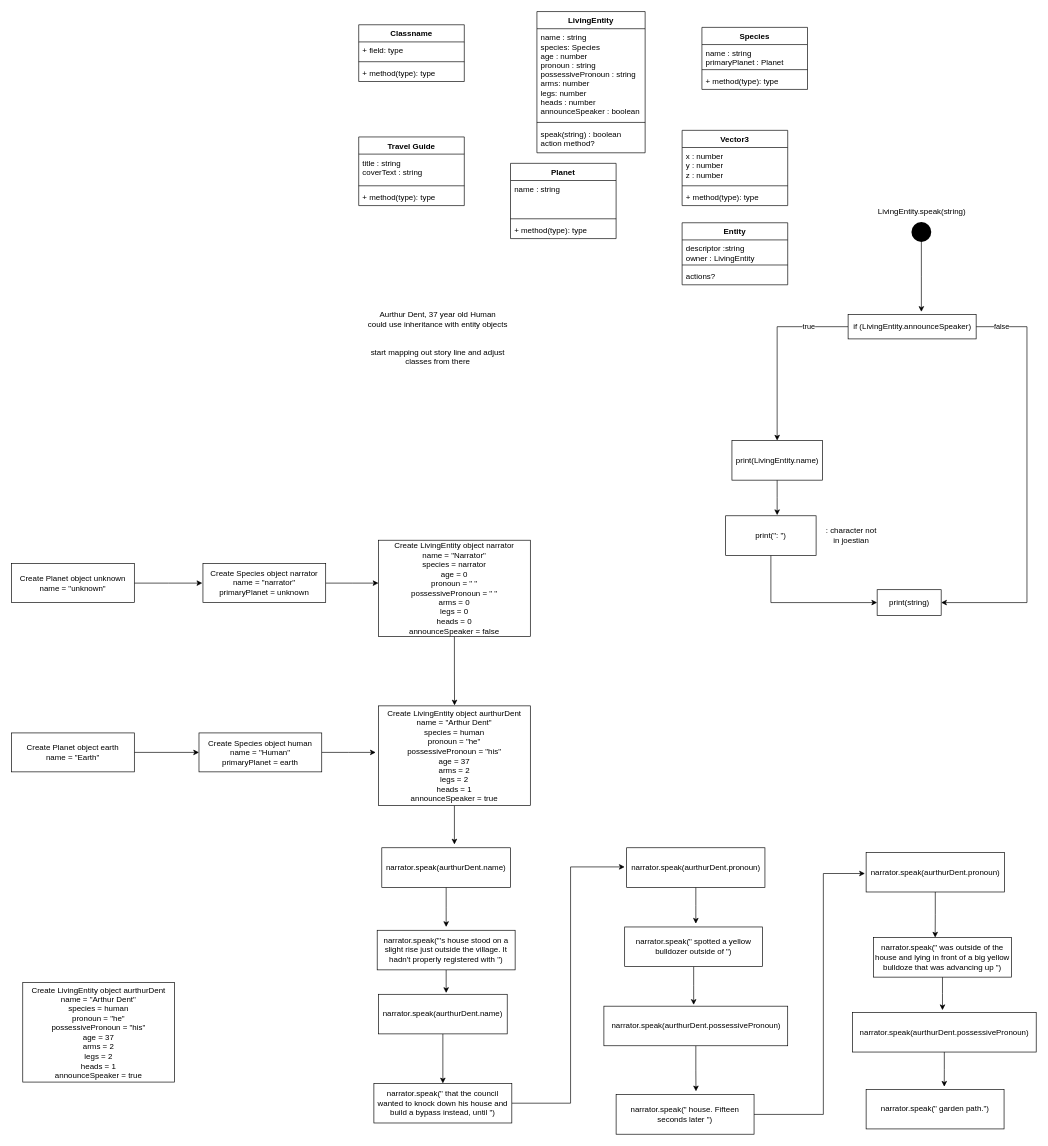
Before: page "Hitchhikers Guide" (4 of 4) of CSCS1240Notes.drawio in patrick965/CSCS1240S21, a draw.io diagram. Source tidied: cells renumbered, new cells numbered last; positions are measured from the earlier drawing's top-left corner, leaving out a move shared by most shapes. Both pictures are drawn from the tidied source at 66%, with x=0, y=0 at pixel (11, 11).
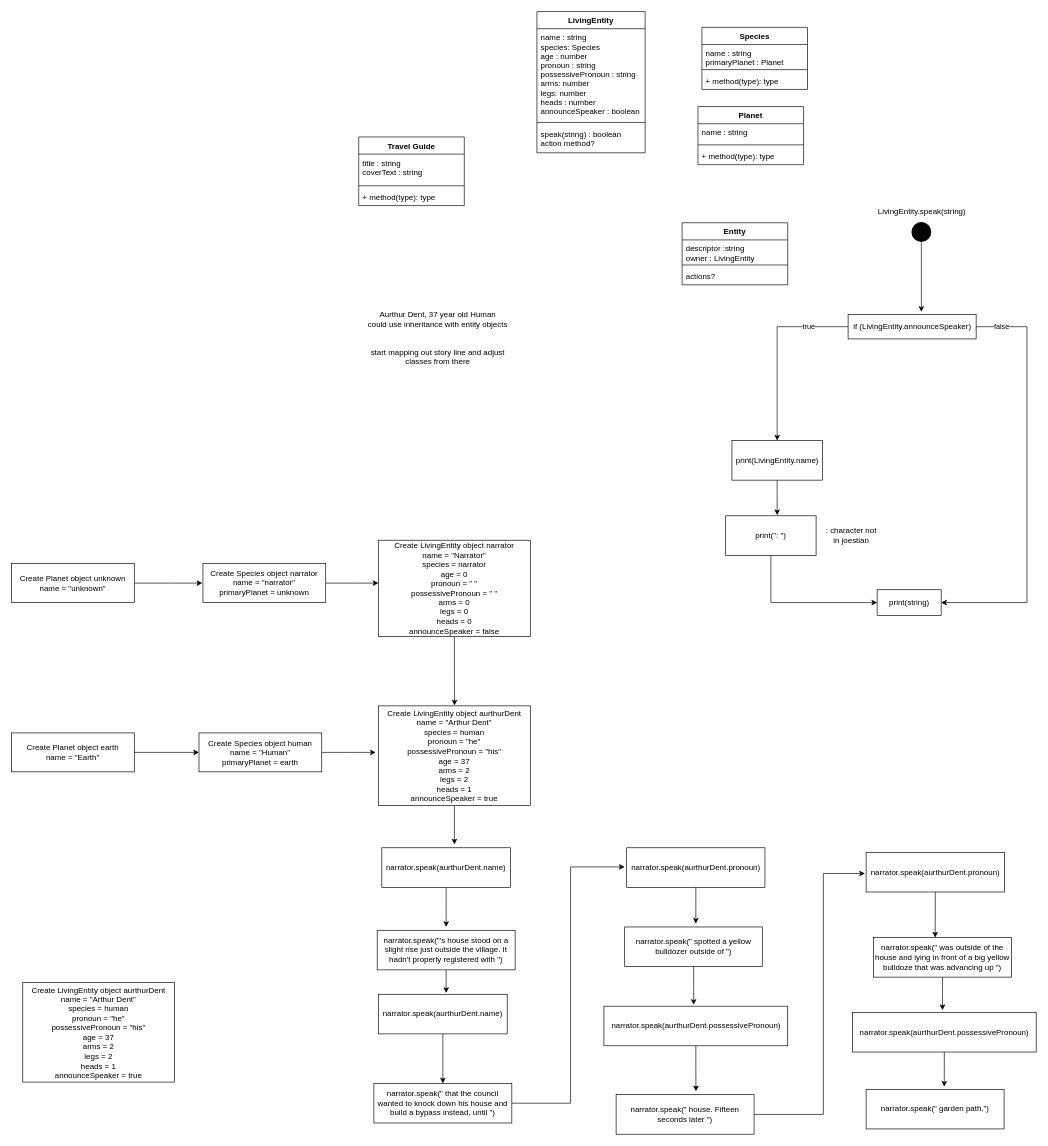
The same page after the edit.

What changed in the source:
```diff
@@
-    <mxCell id="10" value="Classname" style="swimlane;fontStyle=1;align=center;verticalAlign=top;horizontal=1;startSize=26;" parent="1" vertex="1">
-      <mxGeometry x="526" y="20" width="160" height="86" as="geometry" />
-    </mxCell>
-    <mxCell id="11" value="+ field: type" style="text;strokeColor=none;fillColor=none;align=left;verticalAlign=top;spacingLeft=4;spacingRight=4;overflow=hidden;" parent="10" vertex="1">
-      <mxGeometry y="26" width="160" height="26" as="geometry" />
-    </mxCell>
-    <mxCell id="12" style="line;strokeWidth=1;fillColor=none;align=left;verticalAlign=middle;spacingTop=-1;spacingLeft=3;spacingRight=3;labelPosition=right;" parent="10" vertex="1">
-      <mxGeometry y="52" width="160" height="8" as="geometry" />
-    </mxCell>
-    <mxCell id="13" value="+ method(type): type" style="text;strokeColor=none;fillColor=none;align=left;verticalAlign=top;spacingLeft=4;spacingRight=4;overflow=hidden;" parent="10" vertex="1">
-      <mxGeometry y="60" width="160" height="26" as="geometry" />
-    </mxCell>
     <mxCell id="14" value="Planet" style="swimlane;fontStyle=1;align=center;verticalAlign=top;horizontal=1;startSize=26;" parent="1" vertex="1">
-      <mxGeometry x="756" y="230" width="160" height="114" as="geometry" />
+      <mxGeometry x="1040" y="144" width="160" height="88" as="geometry" />
     </mxCell>
     <mxCell id="15" value="name : string&#10;" style="text;strokeColor=none;fillColor=none;align=left;verticalAlign=top;spacingLeft=4;spacingRight=4;overflow=hidden;" parent="14" vertex="1">
-      <mxGeometry y="26" width="160" height="54" as="geometry" />
+      <mxGeometry y="26" width="160" height="28" as="geometry" />
     </mxCell>
     <mxCell id="16" style="line;strokeWidth=1;fillColor=none;align=left;verticalAlign=middle;spacingTop=-1;spacingLeft=3;spacingRight=3;labelPosition=right;" parent="14" vertex="1">
-      <mxGeometry y="80" width="160" height="8" as="geometry" />
+      <mxGeometry y="54" width="160" height="8" as="geometry" />
     </mxCell>
     <mxCell id="17" value="+ method(type): type" style="text;strokeColor=none;fillColor=none;align=left;verticalAlign=top;spacingLeft=4;spacingRight=4;overflow=hidden;" parent="14" vertex="1">
-      <mxGeometry y="88" width="160" height="26" as="geometry" />
+      <mxGeometry y="62" width="160" height="26" as="geometry" />
     </mxCell>
-    <mxCell id="18" value="Vector3" style="swimlane;fontStyle=1;align=center;verticalAlign=top;horizontal=1;startSize=26;" parent="1" vertex="1">
-      <mxGeometry x="1016" y="180" width="160" height="114" as="geometry" />
-    </mxCell>
-    <mxCell id="19" value="x : number&#10;y : number&#10;z : number&#10;" style="text;strokeColor=none;fillColor=none;align=left;verticalAlign=top;spacingLeft=4;spacingRight=4;overflow=hidden;" parent="18" vertex="1">
-      <mxGeometry y="26" width="160" height="54" as="geometry" />
-    </mxCell>
-    <mxCell id="20" style="line;strokeWidth=1;fillColor=none;align=left;verticalAlign=middle;spacingTop=-1;spacingLeft=3;spacingRight=3;labelPosition=right;" parent="18" vertex="1">
-      <mxGeometry y="80" width="160" height="8" as="geometry" />
-    </mxCell>
-    <mxCell id="21" value="+ method(type): type" style="text;strokeColor=none;fillColor=none;align=left;verticalAlign=top;spacingLeft=4;spacingRight=4;overflow=hidden;" parent="18" vertex="1">
-      <mxGeometry y="88" width="160" height="26" as="geometry" />
-    </mxCell>
```
